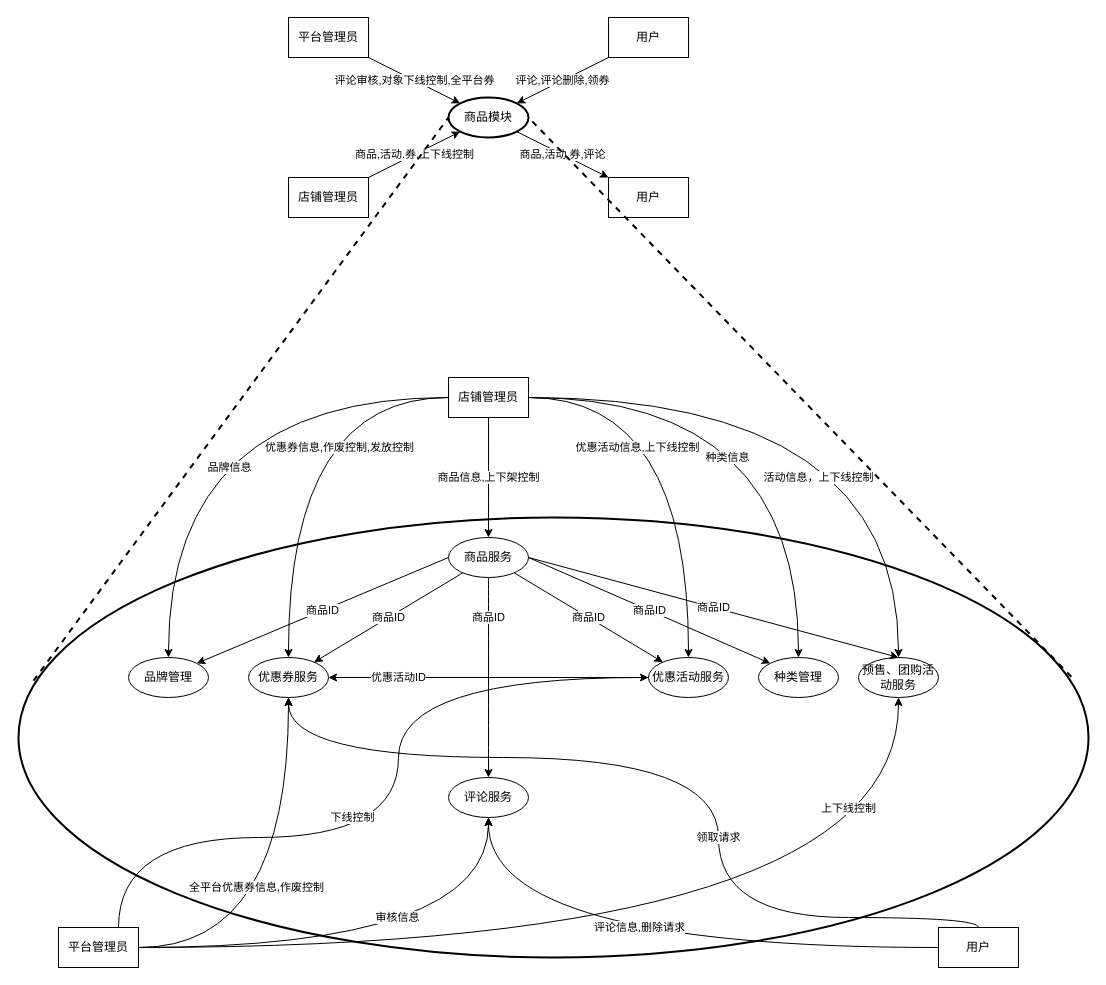
The draw.io diagram 软工导论小组作业/需求建模之功能模型（商品模块）.drawio in app1echip/grams, before the edit. Source tidied: cells renumbered, new cells numbered last; positions are measured from the earlier drawing's top-left corner, leaving out a move shared by most shapes. Both pictures are drawn from the tidied source at 100%, with x=0, y=0 at pixel (18, 17).
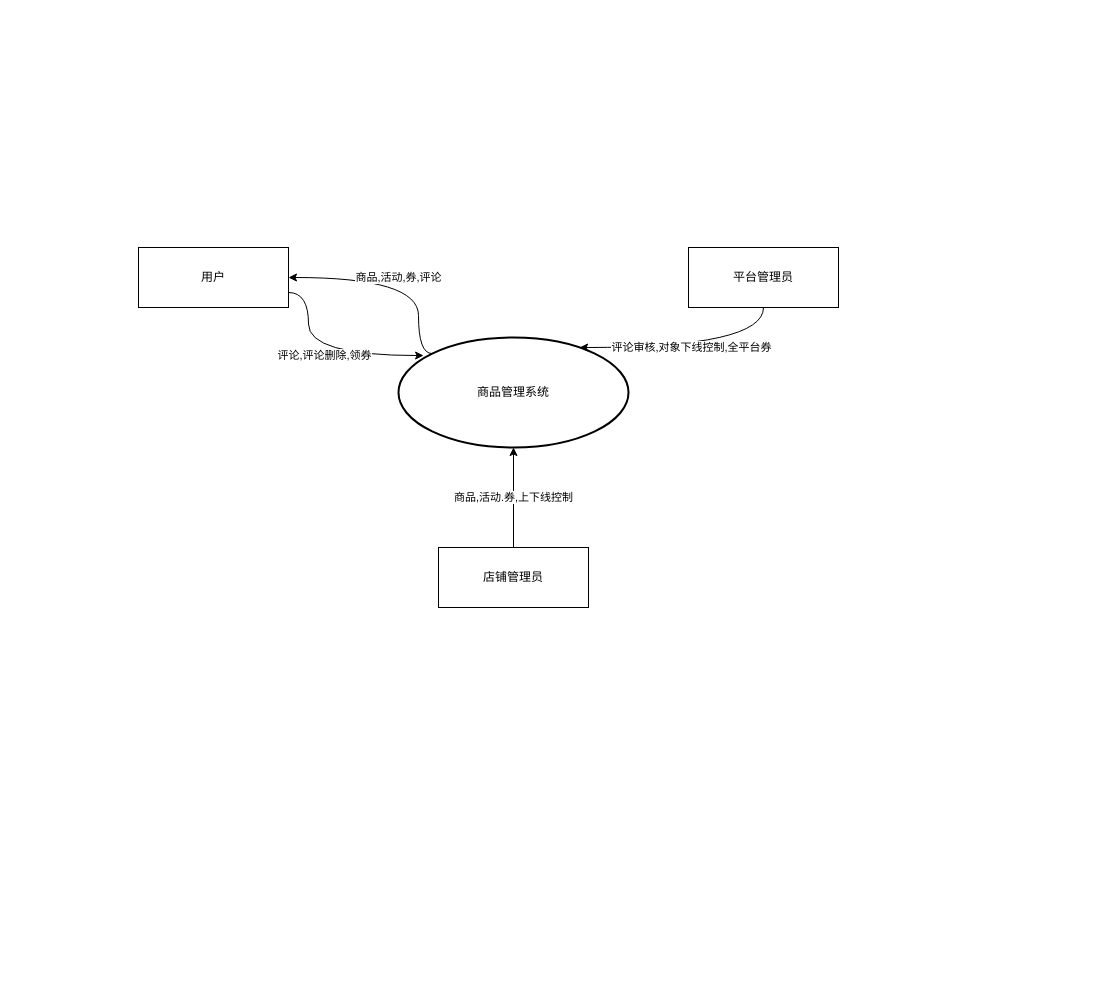
After the change.

Commit message:
Update 数据流图(0层).drawio

Diff of the diagram source:
```diff
@@
-    <mxCell id="2" style="ellipse;whiteSpace=wrap;html=1;fillColor=none;strokeWidth=2;" parent="1" vertex="1">
-      <mxGeometry y="500" width="1070" height="440" as="geometry" />
-    </mxCell>
-    <mxCell id="3" value="商品,活动,券,评论" style="edgeStyle=none;rounded=0;jettySize=auto;html=1;" parent="1" edge="1" source="4" target="11">
-      <mxGeometry relative="1" as="geometry" />
+    <mxCell id="3" value="商品,活动,券,评论" style="edgeStyle=orthogonalEdgeStyle;rounded=0;jettySize=auto;html=1;exitX=0;exitY=0;exitDx=0;exitDy=0;entryX=1;entryY=0.5;entryDx=0;entryDy=0;curved=1;" parent="1" edge="1" source="4" target="6">
+      <mxGeometry relative="1" as="geometry">
+        <Array as="points">
+          <mxPoint x="400" y="336" />
+          <mxPoint x="400" y="260" />
+        </Array>
+      </mxGeometry>
     </mxCell>
-    <mxCell id="4" value="商品模块" style="ellipse;whiteSpace=wrap;html=1;strokeWidth=2;" parent="1" vertex="1">
-      <mxGeometry x="430" y="80" width="80" height="40" as="geometry" />
+    <mxCell id="4" value="商品管理系统" style="ellipse;whiteSpace=wrap;html=1;strokeWidth=2;" parent="1" vertex="1">
+      <mxGeometry x="380" y="320" width="230" height="110" as="geometry" />
     </mxCell>
-    <mxCell id="5" value="评论,评论删除,领券" style="edgeStyle=none;rounded=0;jettySize=auto;html=1;" parent="1" edge="1" source="6" target="4">
-      <mxGeometry relative="1" as="geometry" />
+    <mxCell id="5" value="评论,评论删除,领券" style="edgeStyle=orthogonalEdgeStyle;rounded=0;jettySize=auto;html=1;curved=1;entryX=0.109;entryY=0.164;entryDx=0;entryDy=0;entryPerimeter=0;exitX=1;exitY=0.75;exitDx=0;exitDy=0;" parent="1" edge="1" source="6" target="4">
+      <mxGeometry relative="1" as="geometry">
+        <Array as="points">
+          <mxPoint x="290" y="275" />
+          <mxPoint x="290" y="338" />
+        </Array>
+      </mxGeometry>
     </mxCell>
     <mxCell id="6" value="用户" style="rounded=0;whiteSpace=wrap;html=1;" parent="1" vertex="1">
-      <mxGeometry x="590" width="80" height="40" as="geometry" />
+      <mxGeometry x="120" y="230" width="150" height="60" as="geometry" />
     </mxCell>
-    <mxCell id="7" value="评论审核,对象下线控制,全平台券" style="rounded=0;jettySize=auto;html=1;" parent="1" edge="1" source="8" target="4">
-      <mxGeometry relative="1" as="geometry" />
+    <mxCell id="7" value="评论审核,对象下线控制,全平台券" style="rounded=0;jettySize=auto;html=1;edgeStyle=orthogonalEdgeStyle;curved=1;" parent="1" edge="1" source="8" target="4">
+      <mxGeometry relative="1" as="geometry">
+        <Array as="points">
+          <mxPoint x="745" y="330" />
+        </Array>
+      </mxGeometry>
     </mxCell>
     <mxCell id="8" value="平台管理员" style="rounded=0;whiteSpace=wrap;html=1;" parent="1" vertex="1">
-      <mxGeometry x="270" width="80" height="40" as="geometry" />
+      <mxGeometry x="670" y="230" width="150" height="60" as="geometry" />
     </mxCell>
@@
     <mxCell id="10" value="店铺管理员" style="rounded=0;whiteSpace=wrap;html=1;" parent="1" vertex="1">
-      <mxGeometry x="270" y="160" width="80" height="40" as="geometry" />
+      <mxGeometry x="420" y="530" width="150" height="60" as="geometry" />
     </mxCell>
-    <mxCell id="11" value="用户" style="rounded=0;whiteSpace=wrap;html=1;" parent="1" vertex="1">
-      <mxGeometry x="590" y="160" width="80" height="40" as="geometry" />
-    </mxCell>
-    <mxCell id="12" value="商品ID" style="rounded=0;jettySize=auto;html=1;" parent="1" edge="1" source="15" target="18">
-      <mxGeometry relative="1" as="geometry" />
-    </mxCell>
-    <mxCell id="13" value="商品ID" style="edgeStyle=orthogonalEdgeStyle;curved=1;rounded=0;jettySize=auto;html=1;" parent="1" edge="1" source="15" target="16">
-      <mxGeometry x="-0.6" relative="1" as="geometry" />
-    </mxCell>
-    <mxCell id="14" value="商品ID" style="rounded=0;jettySize=auto;html=1;" parent="1" edge="1" source="15" target="19">
-      <mxGeometry relative="1" as="geometry" />
-    </mxCell>
-    <mxCell id="15" value="商品服务" style="ellipse;whiteSpace=wrap;html=1;" parent="1" vertex="1">
-      <mxGeometry x="430" y="520" width="80" height="40" as="geometry" />
-    </mxCell>
-    <mxCell id="16" value="评论服务" style="ellipse;whiteSpace=wrap;html=1;" parent="1" vertex="1">
-      <mxGeometry x="430" y="760" width="80" height="40" as="geometry" />
-    </mxCell>
-    <mxCell id="17" value="优惠活动ID" style="edgeStyle=none;rounded=0;jettySize=auto;html=1;" parent="1" edge="1" source="18" target="19">
-      <mxGeometry x="0.56" relative="1" as="geometry" />
-    </mxCell>
-    <mxCell id="18" value="优惠活动服务" style="ellipse;whiteSpace=wrap;html=1;" parent="1" vertex="1">
-      <mxGeometry x="630" y="640" width="80" height="40" as="geometry" />
-    </mxCell>
-    <mxCell id="19" value="优惠券服务" style="ellipse;whiteSpace=wrap;html=1;" parent="1" vertex="1">
-      <mxGeometry x="230" y="640" width="80" height="40" as="geometry" />
-    </mxCell>
-    <mxCell id="20" value="评论信息,删除请求" style="edgeStyle=orthogonalEdgeStyle;curved=1;rounded=0;jettySize=auto;html=1;" parent="1" edge="1" source="22" target="16">
-      <mxGeometry x="0.03" y="-20" relative="1" as="geometry" />
-    </mxCell>
-    <mxCell id="21" value="领取请求" style="edgeStyle=orthogonalEdgeStyle;curved=1;rounded=0;jettySize=auto;html=1;" parent="1" edge="1" source="22" target="19">
-      <mxGeometry x="-0.24" relative="1" as="geometry">
-        <Array as="points">
-          <mxPoint x="700" y="900" />
-          <mxPoint x="700" y="740" />
-          <mxPoint x="270" y="740" />
-        </Array>
-      </mxGeometry>
-    </mxCell>
-    <mxCell id="22" value="用户" style="rounded=0;whiteSpace=wrap;html=1;" parent="1" vertex="1">
-      <mxGeometry x="920" y="910" width="80" height="40" as="geometry" />
-    </mxCell>
-    <mxCell id="23" value="商品信息,上下架控制" style="edgeStyle=orthogonalEdgeStyle;rounded=0;jettySize=auto;html=1;curved=1;" parent="1" edge="1" source="26" target="15">
-      <mxGeometry relative="1" as="geometry">
-        <Array as="points">
-          <mxPoint x="470" y="460" />
-          <mxPoint x="470" y="460" />
-        </Array>
-      </mxGeometry>
-    </mxCell>
-    <mxCell id="24" value="优惠活动信息,上下线控制" style="edgeStyle=orthogonalEdgeStyle;curved=1;rounded=0;jettySize=auto;html=1;" parent="1" edge="1" source="26" target="18">
-      <mxGeometry x="-0.48" y="-50" relative="1" as="geometry" />
-    </mxCell>
-    <mxCell id="25" value="优惠券信息,作废控制,发放控制" style="edgeStyle=orthogonalEdgeStyle;rounded=0;jettySize=auto;html=1;curved=1;" parent="1" edge="1" source="26" target="19">
-      <mxGeometry x="-0.48" y="50" relative="1" as="geometry" />
-    </mxCell>
-    <mxCell id="26" value="店铺管理员" style="rounded=0;whiteSpace=wrap;html=1;" parent="1" vertex="1">
-      <mxGeometry x="430" y="360" width="80" height="40" as="geometry" />
-    </mxCell>
-    <mxCell id="27" value="审核信息" style="edgeStyle=orthogonalEdgeStyle;curved=1;rounded=0;jettySize=auto;html=1;" parent="1" edge="1" source="30" target="16">
-      <mxGeometry x="0.08" y="30" relative="1" as="geometry" />
-    </mxCell>
-    <mxCell id="28" value="全平台优惠券信息,作废控制" style="edgeStyle=orthogonalEdgeStyle;curved=1;rounded=0;jettySize=auto;html=1;" parent="1" edge="1" source="30" target="19">
-      <mxGeometry x="-0.41" y="60" relative="1" as="geometry" />
-    </mxCell>
-    <mxCell id="29" value="下线控制" style="edgeStyle=orthogonalEdgeStyle;curved=1;rounded=0;jettySize=auto;html=1;" parent="1" edge="1" source="30" target="18">
-      <mxGeometry x="-0.17" y="20" relative="1" as="geometry">
-        <Array as="points">
-          <mxPoint x="100" y="820" />
-          <mxPoint x="380" y="820" />
-          <mxPoint x="380" y="660" />
-        </Array>
-      </mxGeometry>
-    </mxCell>
-    <mxCell id="30" value="平台管理员" style="rounded=0;whiteSpace=wrap;html=1;" parent="1" vertex="1">
-      <mxGeometry x="40" y="910" width="80" height="40" as="geometry" />
-    </mxCell>
-    <mxCell id="31" style="endArrow=none;html=1;entryX=0;entryY=0.5;entryDx=0;entryDy=0;exitX=0.014;exitY=0.371;exitDx=0;exitDy=0;exitPerimeter=0;strokeWidth=2;dashed=1;" parent="1" edge="1" source="2" target="4">
-      <mxGeometry relative="1" as="geometry" />
-    </mxCell>
-    <mxCell id="32" style="endArrow=none;html=1;entryX=1;entryY=0.5;entryDx=0;entryDy=0;exitX=0.984;exitY=0.362;exitDx=0;exitDy=0;exitPerimeter=0;strokeWidth=2;dashed=1;" parent="1" edge="1" source="2" target="4">
-      <mxGeometry relative="1" as="geometry" />
-    </mxCell>
-    <mxCell id="33" value="品牌管理" style="ellipse;whiteSpace=wrap;html=1;" parent="1" vertex="1">
-      <mxGeometry x="110" y="640" width="80" height="40" as="geometry" />
-    </mxCell>
-    <mxCell id="34" value="种类管理" style="ellipse;whiteSpace=wrap;html=1;" parent="1" vertex="1">
-      <mxGeometry x="740" y="640" width="80" height="40" as="geometry" />
-    </mxCell>
-    <mxCell id="35" value="商品ID" style="rounded=0;jettySize=auto;html=1;exitX=0;exitY=0.5;exitDx=0;exitDy=0;entryX=1;entryY=0;entryDx=0;entryDy=0;" parent="1" edge="1" source="15" target="33">
-      <mxGeometry relative="1" as="geometry" />
-    </mxCell>
-    <mxCell id="36" value="商品ID" style="rounded=0;jettySize=auto;html=1;exitX=1;exitY=0.5;exitDx=0;exitDy=0;entryX=0;entryY=0;entryDx=0;entryDy=0;" parent="1" edge="1" source="15" target="34">
-      <mxGeometry relative="1" as="geometry" />
-    </mxCell>
-    <mxCell id="37" value="品牌信息" style="edgeStyle=orthogonalEdgeStyle;rounded=0;jettySize=auto;html=1;curved=1;entryX=0.5;entryY=0;entryDx=0;entryDy=0;exitX=0;exitY=0.5;exitDx=0;exitDy=0;" parent="1" edge="1" source="26" target="33">
-      <mxGeometry x="-0.19" y="70" relative="1" as="geometry" />
-    </mxCell>
-    <mxCell id="38" value="种类信息" style="edgeStyle=orthogonalEdgeStyle;rounded=0;jettySize=auto;html=1;curved=1;entryX=0.5;entryY=0;entryDx=0;entryDy=0;exitX=1;exitY=0.5;exitDx=0;exitDy=0;" parent="1" edge="1" source="26" target="34">
-      <mxGeometry x="-0.25" y="-60" relative="1" as="geometry" />
-    </mxCell>
-    <mxCell id="39" value="预售、团购活动服务" style="ellipse;whiteSpace=wrap;html=1;" parent="1" vertex="1">
-      <mxGeometry x="840" y="640" width="80" height="40" as="geometry" />
-    </mxCell>
-    <mxCell id="40" value="活动信息，上下线控制" style="edgeStyle=orthogonalEdgeStyle;rounded=0;jettySize=auto;html=1;curved=1;entryX=0.5;entryY=0;entryDx=0;entryDy=0;exitX=1;exitY=0.5;exitDx=0;exitDy=0;" parent="1" edge="1" source="26" target="39">
-      <mxGeometry x="-0.08" y="-80" relative="1" as="geometry" />
-    </mxCell>
-    <mxCell id="41" value="商品ID" style="rounded=0;jettySize=auto;html=1;exitX=1;exitY=0.5;exitDx=0;exitDy=0;entryX=0.5;entryY=0;entryDx=0;entryDy=0;" parent="1" edge="1" source="15" target="39">
-      <mxGeometry relative="1" as="geometry" />
-    </mxCell>
-    <mxCell id="42" value="上下线控制" style="edgeStyle=orthogonalEdgeStyle;curved=1;rounded=0;jettySize=auto;html=1;entryX=0.5;entryY=1;entryDx=0;entryDy=0;exitX=1;exitY=0.5;exitDx=0;exitDy=0;" parent="1" edge="1" source="30" target="39">
-      <mxGeometry x="0.78" y="50" relative="1" as="geometry" />
-    </mxCell>
```
